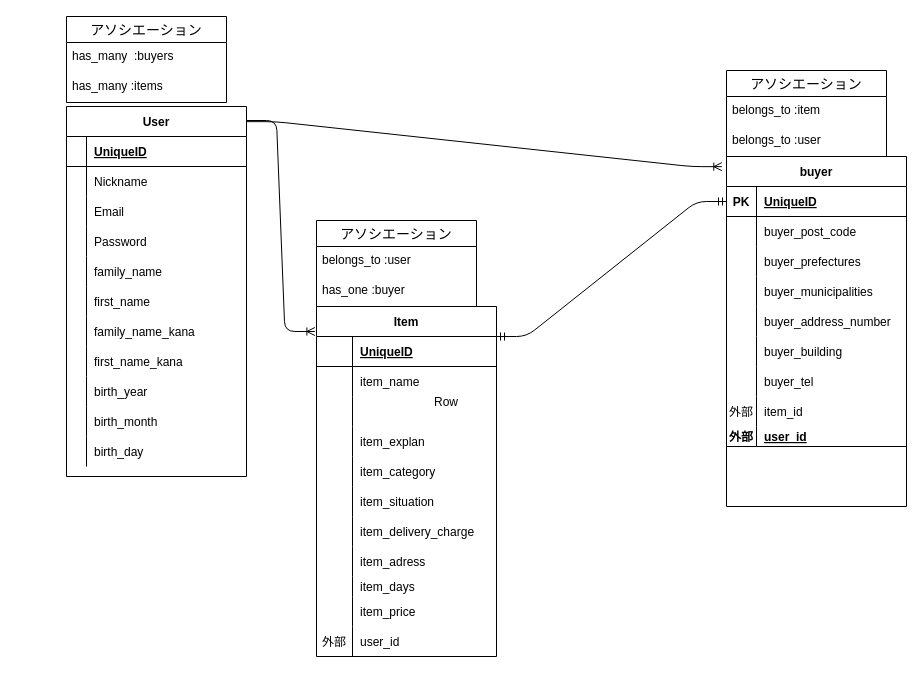
The draw.io diagram dber.dio in shiosaba014/furima-38567, before the edit. Source tidied: cells renumbered, new cells numbered last; positions are measured from the earlier drawing's top-left corner, leaving out a move shared by most shapes. Both pictures are drawn from the tidied source at 100%, with x=0, y=0 at pixel (66, 16).
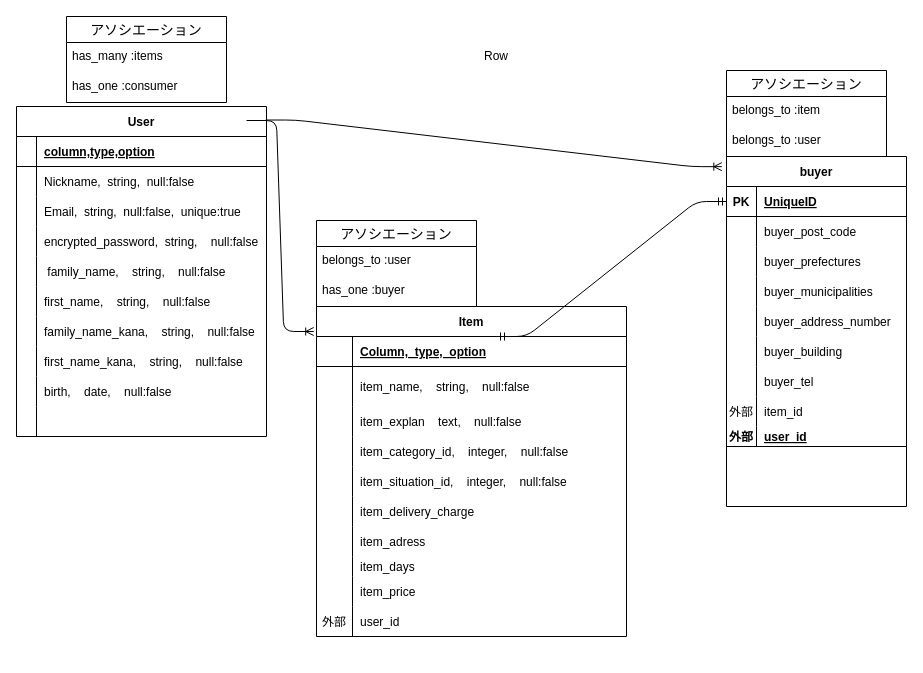
The same page after the edit.

The change refers to these unchanged cells:
```xml
<mxCell id="102" value="アソシエーション" style="swimlane;fontStyle=0;horizontal=1;startSize=26;align=center;fontSize=14;" parent="1" vertex="1">
  <mxGeometry width="160" height="86" as="geometry" />
</mxCell>
```

Diff of the diagram source:
```diff
@@
     <mxCell id="2" value="User" style="shape=table;startSize=30;childLayout=tableLayout;rowLines=0;fontStyle=1;align=center;" parent="1" vertex="1">
-      <mxGeometry y="90" width="180" height="370" as="geometry" />
+      <mxGeometry x="-50" y="90" width="250" height="330" as="geometry" />
     </mxCell>
     <mxCell id="3" style="shape=partialRectangle;fillColor=none;top=0;left=0;bottom=1;right=0;" parent="2" vertex="1">
-      <mxGeometry y="30" width="180" height="30" as="geometry" />
+      <mxGeometry y="30" width="250" height="30" as="geometry" />
     </mxCell>
@@
-    <mxCell id="5" value="UniqueID" style="shape=partialRectangle;fillColor=none;top=0;left=0;bottom=0;right=0;align=left;spacingLeft=6;fontStyle=5;overflow=hidden;" parent="3" vertex="1">
-      <mxGeometry x="20" width="160" height="30" as="geometry" />
+    <mxCell id="5" value="column,type,option" style="shape=partialRectangle;fillColor=none;top=0;left=0;bottom=0;right=0;align=left;spacingLeft=6;fontStyle=5;overflow=hidden;" parent="3" vertex="1">
+      <mxGeometry x="20" width="230" height="30" as="geometry" />
     </mxCell>
     <mxCell id="6" style="shape=partialRectangle;fillColor=none;top=0;left=0;bottom=0;right=0;" parent="2" vertex="1">
-      <mxGeometry y="60" width="180" height="30" as="geometry" />
+      <mxGeometry y="60" width="250" height="30" as="geometry" />
     </mxCell>
@@
-    <mxCell id="8" value="Nickname" style="shape=partialRectangle;fillColor=none;top=0;left=0;bottom=0;right=0;align=left;spacingLeft=6;overflow=hidden;" parent="6" vertex="1">
-      <mxGeometry x="20" width="160" height="30" as="geometry" />
+    <mxCell id="8" value="Nickname,  string,  null:false" style="shape=partialRectangle;fillColor=none;top=0;left=0;bottom=0;right=0;align=left;spacingLeft=6;overflow=hidden;" parent="6" vertex="1">
+      <mxGeometry x="20" width="230" height="30" as="geometry" />
     </mxCell>
     <mxCell id="9" style="shape=partialRectangle;fillColor=none;top=0;left=0;bottom=0;right=0;" parent="2" vertex="1">
-      <mxGeometry y="90" width="180" height="30" as="geometry" />
+      <mxGeometry y="90" width="250" height="30" as="geometry" />
     </mxCell>
@@
-    <mxCell id="11" value="Email" style="shape=partialRectangle;fillColor=none;top=0;left=0;bottom=0;right=0;align=left;spacingLeft=6;overflow=hidden;" parent="9" vertex="1">
-      <mxGeometry x="20" width="160" height="30" as="geometry" />
+    <mxCell id="11" value="Email,  string,  null:false,  unique:true" style="shape=partialRectangle;fillColor=none;top=0;left=0;bottom=0;right=0;align=left;spacingLeft=6;overflow=hidden;" parent="9" vertex="1">
+      <mxGeometry x="20" width="230" height="30" as="geometry" />
     </mxCell>
     <mxCell id="12" style="shape=partialRectangle;fillColor=none;top=0;left=0;bottom=0;right=0;" parent="2" vertex="1">
-      <mxGeometry y="120" width="180" height="30" as="geometry" />
+      <mxGeometry y="120" width="250" height="30" as="geometry" />
     </mxCell>
@@
-    <mxCell id="14" value="Password" style="shape=partialRectangle;fillColor=none;top=0;left=0;bottom=0;right=0;align=left;spacingLeft=6;overflow=hidden;" parent="12" vertex="1">
-      <mxGeometry x="20" width="160" height="30" as="geometry" />
+    <mxCell id="14" value="encrypted_password,  string,    null:false" style="shape=partialRectangle;fillColor=none;top=0;left=0;bottom=0;right=0;align=left;spacingLeft=6;overflow=hidden;" parent="12" vertex="1">
+      <mxGeometry x="20" width="230" height="30" as="geometry" />
     </mxCell>
     <mxCell id="15" style="shape=partialRectangle;fillColor=none;top=0;left=0;bottom=0;right=0;" parent="2" vertex="1">
-      <mxGeometry y="150" width="180" height="30" as="geometry" />
+      <mxGeometry y="150" width="250" height="30" as="geometry" />
     </mxCell>
@@
-    <mxCell id="17" value="family_name" style="shape=partialRectangle;fillColor=none;top=0;left=0;bottom=0;right=0;align=left;spacingLeft=6;overflow=hidden;" parent="15" vertex="1">
-      <mxGeometry x="20" width="160" height="30" as="geometry" />
+    <mxCell id="17" value=" family_name,    string,    null:false" style="shape=partialRectangle;fillColor=none;top=0;left=0;bottom=0;right=0;align=left;spacingLeft=6;overflow=hidden;" parent="15" vertex="1">
+      <mxGeometry x="20" width="230" height="30" as="geometry" />
     </mxCell>
     <mxCell id="18" style="shape=partialRectangle;fillColor=none;top=0;left=0;bottom=0;right=0;" parent="2" vertex="1">
-      <mxGeometry y="180" width="180" height="30" as="geometry" />
+      <mxGeometry y="180" width="250" height="30" as="geometry" />
     </mxCell>
@@
-    <mxCell id="20" value="first_name" style="shape=partialRectangle;fillColor=none;top=0;left=0;bottom=0;right=0;align=left;spacingLeft=6;overflow=hidden;" parent="18" vertex="1">
-      <mxGeometry x="20" width="160" height="30" as="geometry" />
+    <mxCell id="20" value="first_name,    string,    null:false" style="shape=partialRectangle;fillColor=none;top=0;left=0;bottom=0;right=0;align=left;spacingLeft=6;overflow=hidden;" parent="18" vertex="1">
+      <mxGeometry x="20" width="230" height="30" as="geometry" />
     </mxCell>
     <mxCell id="21" style="shape=partialRectangle;fillColor=none;top=0;left=0;bottom=0;right=0;" parent="2" vertex="1">
-      <mxGeometry y="210" width="180" height="30" as="geometry" />
+      <mxGeometry y="210" width="250" height="30" as="geometry" />
     </mxCell>
@@
-    <mxCell id="23" value="family_name_kana" style="shape=partialRectangle;fillColor=none;top=0;left=0;bottom=0;right=0;align=left;spacingLeft=6;overflow=hidden;" parent="21" vertex="1">
-      <mxGeometry x="20" width="160" height="30" as="geometry" />
+    <mxCell id="23" value="family_name_kana,    string,    null:false" style="shape=partialRectangle;fillColor=none;top=0;left=0;bottom=0;right=0;align=left;spacingLeft=6;overflow=hidden;" parent="21" vertex="1">
+      <mxGeometry x="20" width="230" height="30" as="geometry" />
     </mxCell>
     <mxCell id="24" style="shape=partialRectangle;fillColor=none;top=0;left=0;bottom=0;right=0;" parent="2" vertex="1">
-      <mxGeometry y="240" width="180" height="30" as="geometry" />
+      <mxGeometry y="240" width="250" height="30" as="geometry" />
     </mxCell>
@@
-    <mxCell id="26" value="first_name_kana" style="shape=partialRectangle;fillColor=none;top=0;left=0;bottom=0;right=0;align=left;spacingLeft=6;overflow=hidden;" parent="24" vertex="1">
-      <mxGeometry x="20" width="160" height="30" as="geometry" />
+    <mxCell id="26" value="first_name_kana,    string,    null:false" style="shape=partialRectangle;fillColor=none;top=0;left=0;bottom=0;right=0;align=left;spacingLeft=6;overflow=hidden;" parent="24" vertex="1">
+      <mxGeometry x="20" width="230" height="30" as="geometry" />
     </mxCell>
     <mxCell id="27" style="shape=partialRectangle;fillColor=none;top=0;left=0;bottom=0;right=0;" parent="2" vertex="1">
-      <mxGeometry y="270" width="180" height="30" as="geometry" />
+      <mxGeometry y="270" width="250" height="30" as="geometry" />
     </mxCell>
@@
-    <mxCell id="29" value="birth_year" style="shape=partialRectangle;fillColor=none;top=0;left=0;bottom=0;right=0;align=left;spacingLeft=6;overflow=hidden;" parent="27" vertex="1">
-      <mxGeometry x="20" width="160" height="30" as="geometry" />
+    <mxCell id="29" value="birth,    date,    null:false" style="shape=partialRectangle;fillColor=none;top=0;left=0;bottom=0;right=0;align=left;spacingLeft=6;overflow=hidden;" parent="27" vertex="1">
+      <mxGeometry x="20" width="230" height="30" as="geometry" />
     </mxCell>
     <mxCell id="30" style="shape=partialRectangle;fillColor=none;top=0;left=0;bottom=0;right=0;" parent="2" vertex="1">
-      <mxGeometry y="300" width="180" height="30" as="geometry" />
+      <mxGeometry y="300" width="250" height="30" as="geometry" />
     </mxCell>
@@
-    <mxCell id="32" value="birth_month" style="shape=partialRectangle;fillColor=none;top=0;left=0;bottom=0;right=0;align=left;spacingLeft=6;overflow=hidden;" parent="30" vertex="1">
-      <mxGeometry x="20" width="160" height="30" as="geometry" />
+    <mxCell id="32" style="shape=partialRectangle;fillColor=none;top=0;left=0;bottom=0;right=0;align=left;spacingLeft=6;overflow=hidden;" parent="30" vertex="1">
+      <mxGeometry x="20" width="230" height="30" as="geometry" />
     </mxCell>
-    <mxCell id="33" style="shape=partialRectangle;fillColor=none;top=0;left=0;bottom=0;right=0;" parent="2" vertex="1">
-      <mxGeometry y="330" width="180" height="30" as="geometry" />
-    </mxCell>
-    <mxCell id="34" style="shape=partialRectangle;fillColor=none;top=0;left=0;bottom=0;right=0;overflow=hidden;" parent="33" vertex="1">
-      <mxGeometry width="20" height="30" as="geometry" />
-    </mxCell>
-    <mxCell id="35" value="birth_day" style="shape=partialRectangle;fillColor=none;top=0;left=0;bottom=0;right=0;align=left;spacingLeft=6;overflow=hidden;" parent="33" vertex="1">
-      <mxGeometry x="20" width="160" height="30" as="geometry" />
-    </mxCell>
     <mxCell id="36" value="Item" style="shape=table;startSize=30;childLayout=tableLayout;rowLines=0;fontStyle=1;align=center;" parent="1" vertex="1">
-      <mxGeometry x="250" y="290" width="180" height="350" as="geometry" />
+      <mxGeometry x="250" y="290" width="310" height="330" as="geometry" />
     </mxCell>
     <mxCell id="37" style="shape=partialRectangle;fillColor=none;top=0;left=0;bottom=1;right=0;points=[[0,0.5],[1,0.5]];portConstraint=eastwest;" parent="36" vertex="1">
-      <mxGeometry y="30" width="180" height="30" as="geometry" />
+      <mxGeometry y="30" width="310" height="30" as="geometry" />
     </mxCell>
@@
-    <mxCell id="39" value="UniqueID" style="shape=partialRectangle;fillColor=none;top=0;left=0;bottom=0;right=0;align=left;spacingLeft=6;fontStyle=5;overflow=hidden;" parent="37" vertex="1">
-      <mxGeometry x="36" width="144" height="30" as="geometry" />
+    <mxCell id="39" value="Column,  type,  option" style="shape=partialRectangle;fillColor=none;top=0;left=0;bottom=0;right=0;align=left;spacingLeft=6;fontStyle=5;overflow=hidden;" parent="37" vertex="1">
+      <mxGeometry x="36" width="274" height="30" as="geometry" />
     </mxCell>
     <mxCell id="40" style="shape=partialRectangle;fillColor=none;top=0;left=0;bottom=0;right=0;" parent="36" vertex="1">
-      <mxGeometry y="60" width="180" height="30" as="geometry" />
+      <mxGeometry y="60" width="310" height="40" as="geometry" />
     </mxCell>
     <mxCell id="41" style="shape=partialRectangle;fillColor=none;top=0;left=0;bottom=0;right=0;overflow=hidden;" parent="40" vertex="1">
-      <mxGeometry width="36" height="30" as="geometry" />
+      <mxGeometry width="36" height="40" as="geometry" />
     </mxCell>
-    <mxCell id="42" value="item_name" style="shape=partialRectangle;fillColor=none;top=0;left=0;bottom=0;right=0;align=left;spacingLeft=6;overflow=hidden;" parent="40" vertex="1">
-      <mxGeometry x="36" width="144" height="30" as="geometry" />
+    <mxCell id="42" value="item_name,    string,    null:false" style="shape=partialRectangle;fillColor=none;top=0;left=0;bottom=0;right=0;align=left;spacingLeft=6;overflow=hidden;" parent="40" vertex="1">
+      <mxGeometry x="36" width="274" height="40" as="geometry" />
     </mxCell>
-    <mxCell id="43" style="shape=partialRectangle;fillColor=none;top=0;left=0;bottom=0;right=0;" parent="36" vertex="1">
-      <mxGeometry y="90" width="180" height="30" as="geometry" />
-    </mxCell>
-    <mxCell id="44" style="shape=partialRectangle;fillColor=none;top=0;left=0;bottom=0;right=0;overflow=hidden;" parent="43" vertex="1">
-      <mxGeometry width="36" height="30" as="geometry" />
-    </mxCell>
-    <mxCell id="45" style="shape=partialRectangle;fillColor=none;top=0;left=0;bottom=0;right=0;align=left;spacingLeft=6;overflow=hidden;" parent="43" vertex="1">
-      <mxGeometry x="36" width="144" height="30" as="geometry" />
-    </mxCell>
     <mxCell id="46" style="shape=partialRectangle;fillColor=none;top=0;left=0;bottom=0;right=0;" parent="36" vertex="1">
-      <mxGeometry y="120" width="180" height="30" as="geometry" />
+      <mxGeometry y="100" width="310" height="30" as="geometry" />
     </mxCell>
@@
-    <mxCell id="48" value="item_explan" style="shape=partialRectangle;fillColor=none;top=0;left=0;bottom=0;right=0;align=left;spacingLeft=6;overflow=hidden;" parent="46" vertex="1">
-      <mxGeometry x="36" width="144" height="30" as="geometry" />
+    <mxCell id="48" value="item_explan    text,    null:false" style="shape=partialRectangle;fillColor=none;top=0;left=0;bottom=0;right=0;align=left;spacingLeft=6;overflow=hidden;" parent="46" vertex="1">
+      <mxGeometry x="36" width="274" height="30" as="geometry" />
     </mxCell>
     <mxCell id="49" style="shape=partialRectangle;fillColor=none;top=0;left=0;bottom=0;right=0;" parent="36" vertex="1">
-      <mxGeometry y="150" width="180" height="30" as="geometry" />
+      <mxGeometry y="130" width="310" height="30" as="geometry" />
     </mxCell>
@@
-    <mxCell id="51" value="item_category" style="shape=partialRectangle;fillColor=none;top=0;left=0;bottom=0;right=0;align=left;spacingLeft=6;overflow=hidden;" parent="49" vertex="1">
-      <mxGeometry x="36" width="144" height="30" as="geometry" />
+    <mxCell id="51" value="item_category_id,    integer,    null:false" style="shape=partialRectangle;fillColor=none;top=0;left=0;bottom=0;right=0;align=left;spacingLeft=6;overflow=hidden;" parent="49" vertex="1">
+      <mxGeometry x="36" width="274" height="30" as="geometry" />
     </mxCell>
     <mxCell id="52" style="shape=partialRectangle;fillColor=none;top=0;left=0;bottom=0;right=0;" parent="36" vertex="1">
-      <mxGeometry y="180" width="180" height="30" as="geometry" />
+      <mxGeometry y="160" width="310" height="30" as="geometry" />
     </mxCell>
@@
-    <mxCell id="54" value="item_situation" style="shape=partialRectangle;fillColor=none;top=0;left=0;bottom=0;right=0;align=left;spacingLeft=6;overflow=hidden;" parent="52" vertex="1">
-      <mxGeometry x="36" width="144" height="30" as="geometry" />
+    <mxCell id="54" value="item_situation_id,    integer,    null:false" style="shape=partialRectangle;fillColor=none;top=0;left=0;bottom=0;right=0;align=left;spacingLeft=6;overflow=hidden;" parent="52" vertex="1">
+      <mxGeometry x="36" width="274" height="30" as="geometry" />
     </mxCell>
     <mxCell id="55" style="shape=partialRectangle;fillColor=none;top=0;left=0;bottom=0;right=0;" parent="36" vertex="1">
-      <mxGeometry y="210" width="180" height="30" as="geometry" />
+      <mxGeometry y="190" width="310" height="30" as="geometry" />
     </mxCell>
@@
     <mxCell id="57" value="item_delivery_charge" style="shape=partialRectangle;fillColor=none;top=0;left=0;bottom=0;right=0;align=left;spacingLeft=6;overflow=hidden;" parent="55" vertex="1">
-      <mxGeometry x="36" width="144" height="30" as="geometry" />
+      <mxGeometry x="36" width="274" height="30" as="geometry" />
     </mxCell>
     <mxCell id="58" style="shape=partialRectangle;fillColor=none;top=0;left=0;bottom=0;right=0;" parent="36" vertex="1">
-      <mxGeometry y="240" width="180" height="30" as="geometry" />
+      <mxGeometry y="220" width="310" height="30" as="geometry" />
     </mxCell>
@@
     <mxCell id="60" value="item_adress" style="shape=partialRectangle;fillColor=none;top=0;left=0;bottom=0;right=0;align=left;spacingLeft=6;overflow=hidden;" parent="58" vertex="1">
-      <mxGeometry x="36" width="144" height="30" as="geometry" />
+      <mxGeometry x="36" width="274" height="30" as="geometry" />
     </mxCell>
     <mxCell id="61" style="shape=partialRectangle;fillColor=none;top=0;left=0;bottom=0;right=0;" parent="36" vertex="1">
-      <mxGeometry y="270" width="180" height="20" as="geometry" />
+      <mxGeometry y="250" width="310" height="20" as="geometry" />
     </mxCell>
@@
     <mxCell id="63" value="item_days" style="shape=partialRectangle;fillColor=none;top=0;left=0;bottom=0;right=0;align=left;spacingLeft=6;overflow=hidden;" parent="61" vertex="1">
-      <mxGeometry x="36" width="144" height="20" as="geometry" />
+      <mxGeometry x="36" width="274" height="20" as="geometry" />
     </mxCell>
     <mxCell id="64" style="shape=partialRectangle;fillColor=none;top=0;left=0;bottom=0;right=0;" parent="36" vertex="1">
-      <mxGeometry y="290" width="180" height="30" as="geometry" />
+      <mxGeometry y="270" width="310" height="30" as="geometry" />
     </mxCell>
@@
     <mxCell id="66" value="item_price" style="shape=partialRectangle;fillColor=none;top=0;left=0;bottom=0;right=0;align=left;spacingLeft=6;overflow=hidden;" parent="64" vertex="1">
-      <mxGeometry x="36" width="144" height="30" as="geometry" />
+      <mxGeometry x="36" width="274" height="30" as="geometry" />
     </mxCell>
     <mxCell id="67" style="shape=partialRectangle;fillColor=none;top=0;left=0;bottom=0;right=0;" parent="36" vertex="1">
-      <mxGeometry y="320" width="180" height="30" as="geometry" />
+      <mxGeometry y="300" width="310" height="30" as="geometry" />
     </mxCell>
@@
     <mxCell id="69" value="user_id" style="shape=partialRectangle;fillColor=none;top=0;left=0;bottom=0;right=0;align=left;spacingLeft=6;overflow=hidden;" parent="67" vertex="1">
-      <mxGeometry x="36" width="144" height="30" as="geometry" />
+      <mxGeometry x="36" width="274" height="30" as="geometry" />
     </mxCell>
@@
+    <mxCell id="104" value="has_many :items" style="text;strokeColor=none;fillColor=none;spacingLeft=4;spacingRight=4;overflow=hidden;fontSize=12;" parent="102" vertex="1">
+      <mxGeometry y="26" width="160" height="30" as="geometry" />
+    </mxCell>
-    <mxCell id="103" value="has_many  :buyers" style="text;strokeColor=none;fillColor=none;spacingLeft=4;spacingRight=4;overflow=hidden;fontSize=12;" parent="102" vertex="1">
-      <mxGeometry y="26" width="160" height="30" as="geometry" />
+    <mxCell id="103" value="has_one :consumer" style="text;strokeColor=none;fillColor=none;spacingLeft=4;spacingRight=4;overflow=hidden;fontSize=12;" parent="102" vertex="1">
+      <mxGeometry y="56" width="160" height="30" as="geometry" />
     </mxCell>
-    <mxCell id="104" value="has_many :items" style="text;strokeColor=none;fillColor=none;spacingLeft=4;spacingRight=4;overflow=hidden;fontSize=12;" parent="102" vertex="1">
-      <mxGeometry y="56" width="160" height="30" as="geometry" />
-    </mxCell>
@@
     <mxCell id="108" style="shape=table;startSize=0;childLayout=tableLayout;rowLines=0;fontStyle=0;align=center;strokeColor=none;fillColor=none;" parent="1" vertex="1">
-      <mxGeometry x="330" y="370" width="180" height="30" as="geometry" />
+      <mxGeometry x="380" y="24" width="180" height="30" as="geometry" />
     </mxCell>
```
